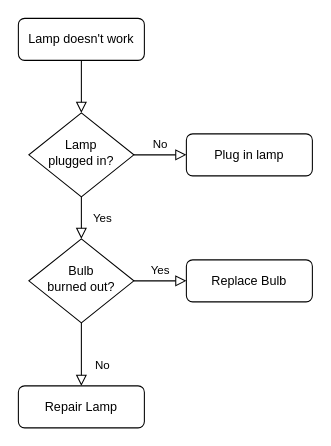
This is Untitled Diagram.drawio from sharadkhadtare/test, a draw.io file, before an edit. Source tidied: cells renumbered, new cells numbered last; positions are measured from the earlier drawing's top-left corner, leaving out a move shared by most shapes. Both pictures are drawn from the tidied source at 105%, with x=0, y=0 at pixel (18, 18).
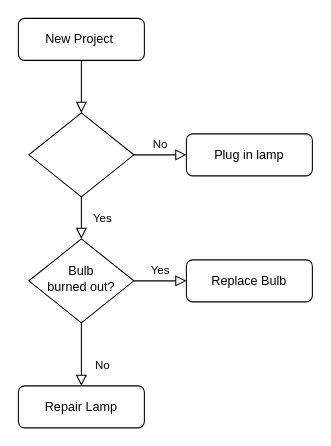
The same diagram, later.

The edit, as a diff of the source:
```diff
@@
 <mxGraphModel>
   <root>
     <mxCell id="0" />
     <mxCell id="1" parent="0" />
     <mxCell id="2" style="rounded=0;html=1;jettySize=auto;fontSize=11;endArrow=block;endFill=0;endSize=8;strokeWidth=1;shadow=0;labelBackgroundColor=none;edgeStyle=orthogonalEdgeStyle;" parent="1" edge="1" source="3" target="6">
       <mxGeometry relative="1" as="geometry" />
     </mxCell>
-    <mxCell id="3" value="Lamp doesn't work" style="rounded=1;whiteSpace=wrap;html=1;fontSize=12;glass=0;strokeWidth=1;shadow=0;" parent="1" vertex="1">
+    <mxCell id="3" value="New Project&amp;nbsp;" style="rounded=1;whiteSpace=wrap;html=1;fontSize=12;glass=0;strokeWidth=1;shadow=0;" parent="1" vertex="1">
       <mxGeometry width="120" height="40" as="geometry" />
     </mxCell>
     <mxCell id="4" value="Yes" style="rounded=0;html=1;jettySize=auto;fontSize=11;endArrow=block;endFill=0;endSize=8;strokeWidth=1;shadow=0;labelBackgroundColor=none;edgeStyle=orthogonalEdgeStyle;" parent="1" edge="1" source="6" target="10">
       <mxGeometry y="20" relative="1" as="geometry" />
     </mxCell>
     <mxCell id="5" value="No" style="edgeStyle=orthogonalEdgeStyle;rounded=0;html=1;jettySize=auto;fontSize=11;endArrow=block;endFill=0;endSize=8;strokeWidth=1;shadow=0;labelBackgroundColor=none;" parent="1" edge="1" source="6" target="7">
       <mxGeometry y="10" relative="1" as="geometry" />
     </mxCell>
-    <mxCell id="6" value="Lamp&lt;br&gt;plugged in?" style="rhombus;whiteSpace=wrap;html=1;shadow=0;fontFamily=Helvetica;fontSize=12;align=center;strokeWidth=1;spacing=6;spacingTop=-4;" parent="1" vertex="1">
+    <mxCell id="6" style="rhombus;whiteSpace=wrap;html=1;shadow=0;fontFamily=Helvetica;fontSize=12;align=center;strokeWidth=1;spacing=6;spacingTop=-4;" parent="1" vertex="1">
       <mxGeometry x="10" y="90" width="100" height="80" as="geometry" />
     </mxCell>
     <mxCell id="7" value="Plug in lamp" style="rounded=1;whiteSpace=wrap;html=1;fontSize=12;glass=0;strokeWidth=1;shadow=0;" parent="1" vertex="1">
       <mxGeometry x="160" y="110" width="120" height="40" as="geometry" />
     </mxCell>
     <mxCell id="8" value="No" style="rounded=0;html=1;jettySize=auto;fontSize=11;endArrow=block;endFill=0;endSize=8;strokeWidth=1;shadow=0;labelBackgroundColor=none;edgeStyle=orthogonalEdgeStyle;" parent="1" edge="1" source="10" target="11">
       <mxGeometry x="0.33" y="20" relative="1" as="geometry" />
     </mxCell>
     <mxCell id="9" value="Yes" style="edgeStyle=orthogonalEdgeStyle;rounded=0;html=1;jettySize=auto;fontSize=11;endArrow=block;endFill=0;endSize=8;strokeWidth=1;shadow=0;labelBackgroundColor=none;" parent="1" edge="1" source="10" target="12">
       <mxGeometry y="10" relative="1" as="geometry" />
     </mxCell>
     <mxCell id="10" value="Bulb&lt;br&gt;burned out?" style="rhombus;whiteSpace=wrap;html=1;shadow=0;fontFamily=Helvetica;fontSize=12;align=center;strokeWidth=1;spacing=6;spacingTop=-4;" parent="1" vertex="1">
       <mxGeometry x="10" y="210" width="100" height="80" as="geometry" />
     </mxCell>
     <mxCell id="11" value="Repair Lamp" style="rounded=1;whiteSpace=wrap;html=1;fontSize=12;glass=0;strokeWidth=1;shadow=0;" parent="1" vertex="1">
       <mxGeometry y="350" width="120" height="40" as="geometry" />
     </mxCell>
     <mxCell id="12" value="Replace Bulb" style="rounded=1;whiteSpace=wrap;html=1;fontSize=12;glass=0;strokeWidth=1;shadow=0;" parent="1" vertex="1">
       <mxGeometry x="160" y="230" width="120" height="40" as="geometry" />
     </mxCell>
   </root>
 </mxGraphModel>
```
